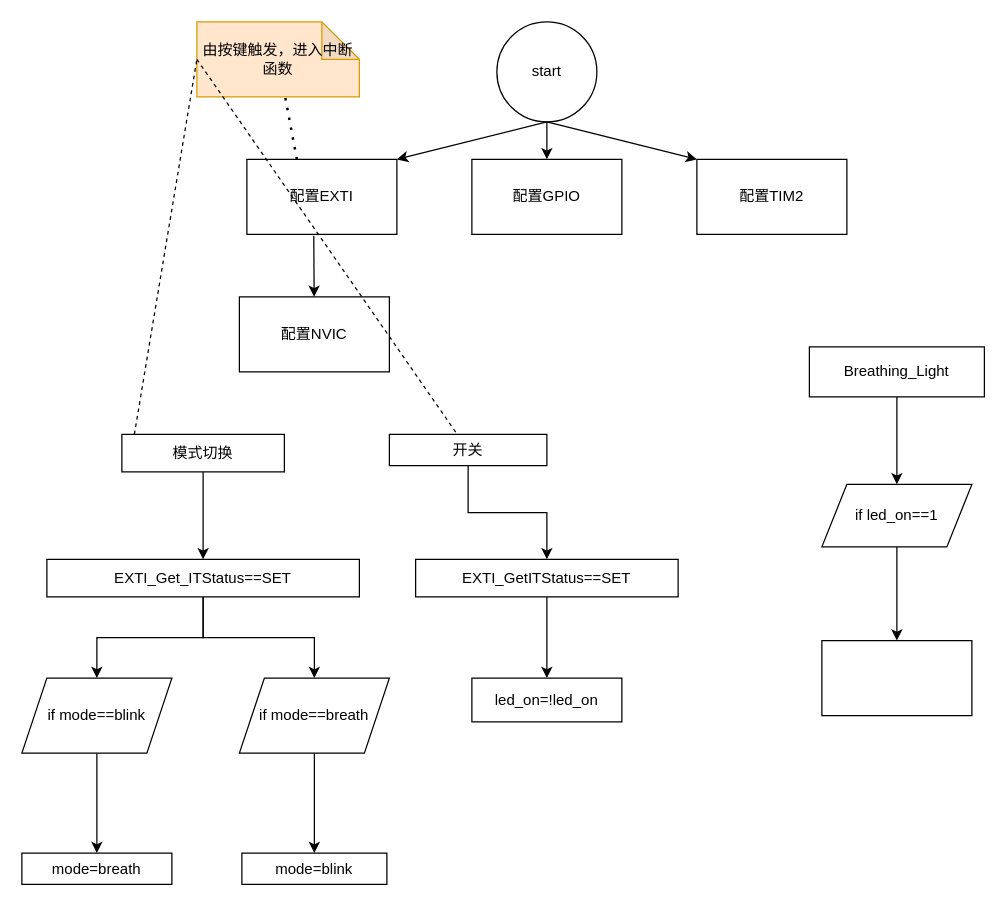
Lzih7/C-language-learning keeps this draw.io diagram as breathingblinklight/brethingblink.drawio. Above is the earlier version. Source tidied: cells renumbered, new cells numbered last; positions are measured from the earlier drawing's top-left corner, leaving out a move shared by most shapes. Both pictures are drawn from the tidied source at 125%, with x=0, y=0 at pixel (21, 21).
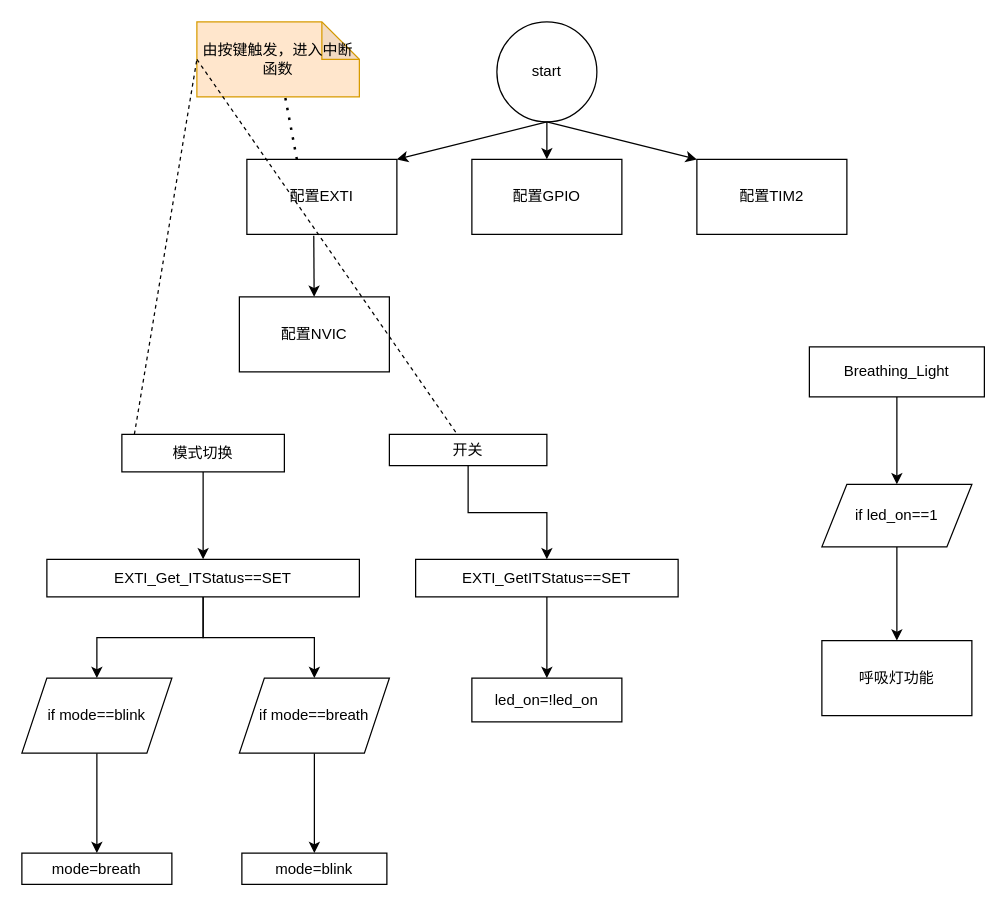
The same diagram, later.

The edit, as a diff of the source:
```diff
@@
-    <mxCell id="35" style="rounded=0;whiteSpace=wrap;html=1;" parent="1" vertex="1">
+    <mxCell id="35" value="呼吸灯功能" style="rounded=0;whiteSpace=wrap;html=1;" parent="1" vertex="1">
       <mxGeometry x="640" y="495" width="120" height="60" as="geometry" />
     </mxCell>
```
